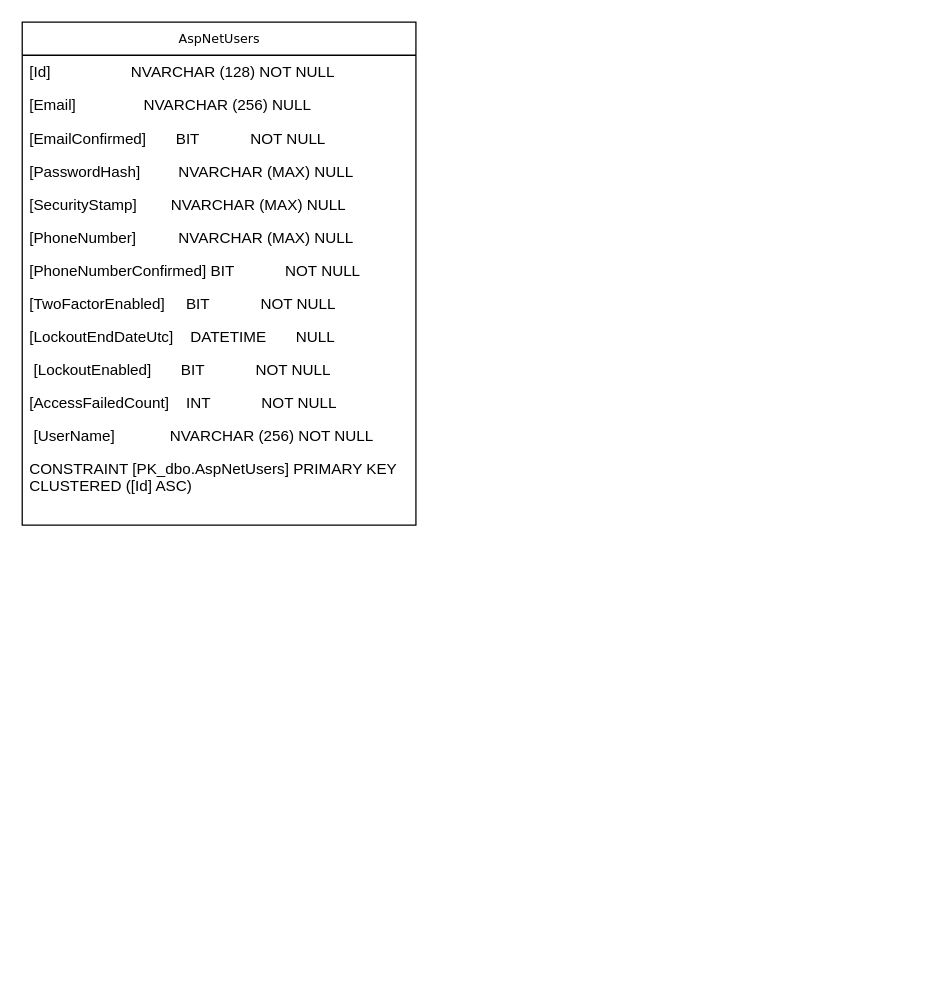
This is Database.drawio from ShinyCy/BotlWyz-Draw, a draw.io file, before an edit. Source tidied: cells renumbered, new cells numbered last; positions are measured from the earlier drawing's top-left corner, leaving out a move shared by most shapes. Both pictures are drawn from the tidied source at 127%, with x=0, y=0 at pixel (22, 22).
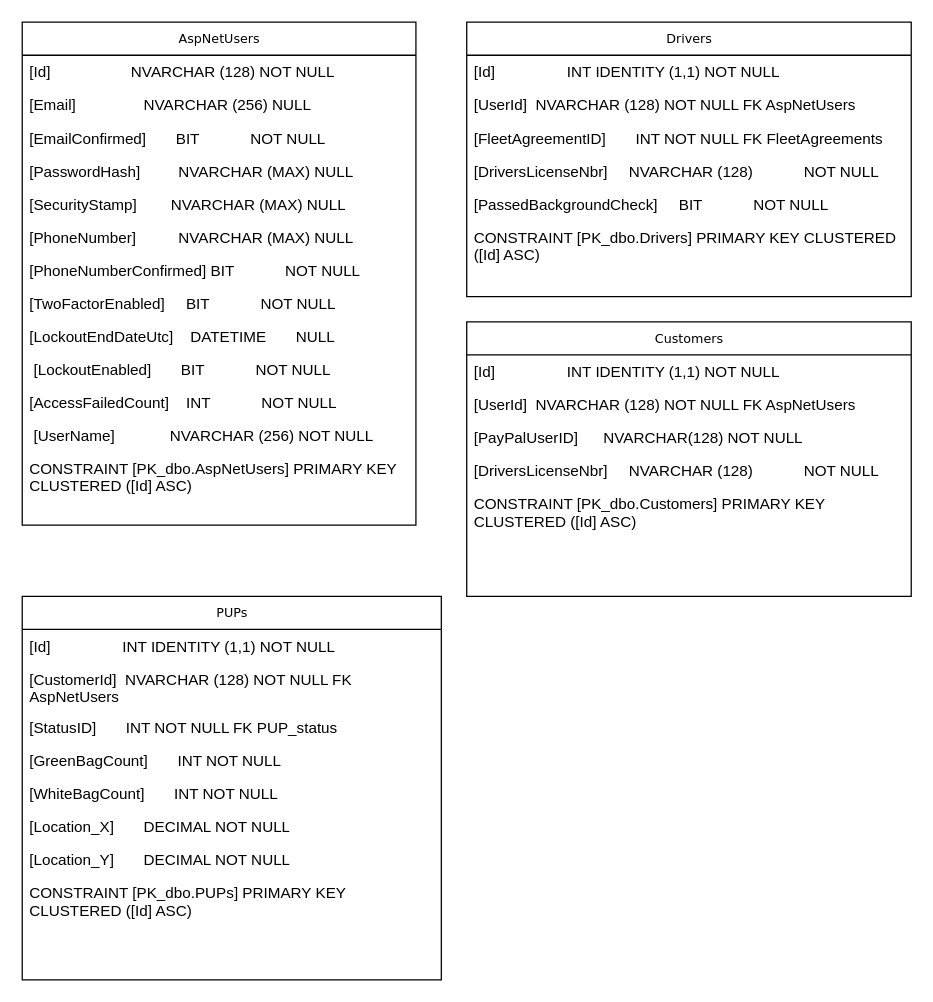
The same page after the edit.

Commit message:
Added Drivers, Customers, PUPs table diagrams

Change to the diagram source:
```diff
@@
+    <mxCell id="16" value="Drivers" style="swimlane;html=1;fontStyle=0;horizontal=1;startSize=26;fillColor=none;swimlaneFillColor=#ffffff;rounded=0;shadow=0;comic=0;labelBackgroundColor=none;strokeColor=#000000;strokeWidth=1;fontFamily=Verdana;fontSize=10;fontColor=#000000;align=center;" parent="1" vertex="1">
+      <mxGeometry x="350" width="350" height="216" as="geometry" />
+    </mxCell>
+    <mxCell id="17" value="[Id]&amp;nbsp; &amp;nbsp; &amp;nbsp; &amp;nbsp; &amp;nbsp; &amp;nbsp; &amp;nbsp; &amp;nbsp; &amp;nbsp;INT IDENTITY (1,1) NOT NULL" style="text;html=1;strokeColor=none;fillColor=none;align=left;verticalAlign=top;spacingLeft=4;spacingRight=4;whiteSpace=wrap;overflow=hidden;" parent="16" vertex="1">
+      <mxGeometry y="26" width="350" height="26" as="geometry" />
+    </mxCell>
+    <mxCell id="18" value="[UserId]&amp;nbsp; NVARCHAR (128) NOT NULL FK AspNetUsers" style="text;html=1;strokeColor=none;fillColor=none;align=left;verticalAlign=top;spacingLeft=4;spacingRight=4;whiteSpace=wrap;overflow=hidden;" parent="16" vertex="1">
+      <mxGeometry y="52" width="350" height="26" as="geometry" />
+    </mxCell>
+    <mxCell id="19" value="[FleetAgreementID]&amp;nbsp; &amp;nbsp; &amp;nbsp; &amp;nbsp;INT NOT NULL FK FleetAgreements" style="text;html=1;strokeColor=none;fillColor=none;align=left;verticalAlign=top;spacingLeft=4;spacingRight=4;whiteSpace=wrap;overflow=hidden;" parent="16" vertex="1">
+      <mxGeometry y="78" width="350" height="26" as="geometry" />
+    </mxCell>
+    <mxCell id="20" value="[DriversLicenseNbr]&amp;nbsp; &amp;nbsp; &amp;nbsp;NVARCHAR (128)&amp;nbsp; &amp;nbsp; &amp;nbsp; &amp;nbsp; &amp;nbsp; &amp;nbsp; NOT NULL" style="text;html=1;strokeColor=none;fillColor=none;align=left;verticalAlign=top;spacingLeft=4;spacingRight=4;whiteSpace=wrap;overflow=hidden;" parent="16" vertex="1">
+      <mxGeometry y="104" width="350" height="26" as="geometry" />
+    </mxCell>
+    <mxCell id="21" value="[PassedBackgroundCheck]&amp;nbsp; &amp;nbsp; &amp;nbsp;BIT&amp;nbsp; &amp;nbsp; &amp;nbsp; &amp;nbsp; &amp;nbsp; &amp;nbsp; NOT NULL" style="text;html=1;strokeColor=none;fillColor=none;align=left;verticalAlign=top;spacingLeft=4;spacingRight=4;whiteSpace=wrap;overflow=hidden;" parent="16" vertex="1">
+      <mxGeometry y="130" width="350" height="26" as="geometry" />
+    </mxCell>
+    <mxCell id="22" value="CONSTRAINT [PK_dbo.Drivers] PRIMARY KEY CLUSTERED ([Id] ASC)" style="text;html=1;strokeColor=none;fillColor=none;align=left;verticalAlign=top;spacingLeft=4;spacingRight=4;whiteSpace=wrap;overflow=hidden;" parent="16" vertex="1">
+      <mxGeometry y="156" width="350" height="42" as="geometry" />
+    </mxCell>
+    <mxCell id="23" value="Customers" style="swimlane;html=1;fontStyle=0;horizontal=1;startSize=26;fillColor=none;swimlaneFillColor=#ffffff;rounded=0;shadow=0;comic=0;labelBackgroundColor=none;strokeColor=#000000;strokeWidth=1;fontFamily=Verdana;fontSize=10;fontColor=#000000;align=center;" parent="1" vertex="1">
+      <mxGeometry x="350" y="236" width="350" height="216" as="geometry" />
+    </mxCell>
+    <mxCell id="24" value="[Id]&amp;nbsp; &amp;nbsp; &amp;nbsp; &amp;nbsp; &amp;nbsp; &amp;nbsp; &amp;nbsp; &amp;nbsp; &amp;nbsp;INT IDENTITY (1,1) NOT NULL" style="text;html=1;strokeColor=none;fillColor=none;align=left;verticalAlign=top;spacingLeft=4;spacingRight=4;whiteSpace=wrap;overflow=hidden;" parent="23" vertex="1">
+      <mxGeometry y="26" width="350" height="26" as="geometry" />
+    </mxCell>
+    <mxCell id="25" value="[UserId]&amp;nbsp; NVARCHAR (128) NOT NULL FK AspNetUsers" style="text;html=1;strokeColor=none;fillColor=none;align=left;verticalAlign=top;spacingLeft=4;spacingRight=4;whiteSpace=wrap;overflow=hidden;" parent="23" vertex="1">
+      <mxGeometry y="52" width="350" height="26" as="geometry" />
+    </mxCell>
+    <mxCell id="26" value="[PayPalUserID]&amp;nbsp; &amp;nbsp; &amp;nbsp; NVARCHAR(128) NOT NULL&amp;nbsp;" style="text;html=1;strokeColor=none;fillColor=none;align=left;verticalAlign=top;spacingLeft=4;spacingRight=4;whiteSpace=wrap;overflow=hidden;" parent="23" vertex="1">
+      <mxGeometry y="78" width="350" height="26" as="geometry" />
+    </mxCell>
+    <mxCell id="27" value="[DriversLicenseNbr]&amp;nbsp; &amp;nbsp; &amp;nbsp;NVARCHAR (128)&amp;nbsp; &amp;nbsp; &amp;nbsp; &amp;nbsp; &amp;nbsp; &amp;nbsp; NOT NULL" style="text;html=1;strokeColor=none;fillColor=none;align=left;verticalAlign=top;spacingLeft=4;spacingRight=4;whiteSpace=wrap;overflow=hidden;" parent="23" vertex="1">
+      <mxGeometry y="104" width="350" height="26" as="geometry" />
+    </mxCell>
+    <mxCell id="28" value="CONSTRAINT [PK_dbo.Customers] PRIMARY KEY CLUSTERED ([Id] ASC)" style="text;html=1;strokeColor=none;fillColor=none;align=left;verticalAlign=top;spacingLeft=4;spacingRight=4;whiteSpace=wrap;overflow=hidden;" parent="23" vertex="1">
+      <mxGeometry y="130" width="350" height="42" as="geometry" />
+    </mxCell>
+    <mxCell id="29" value="PUPs" style="swimlane;html=1;fontStyle=0;horizontal=1;startSize=26;fillColor=none;swimlaneFillColor=#ffffff;rounded=0;shadow=0;comic=0;labelBackgroundColor=none;strokeColor=#000000;strokeWidth=1;fontFamily=Verdana;fontSize=10;fontColor=#000000;align=center;" parent="1" vertex="1">
+      <mxGeometry y="452" width="330" height="302" as="geometry" />
+    </mxCell>
+    <mxCell id="30" value="[Id]&amp;nbsp; &amp;nbsp; &amp;nbsp; &amp;nbsp; &amp;nbsp; &amp;nbsp; &amp;nbsp; &amp;nbsp; &amp;nbsp;INT IDENTITY (1,1) NOT NULL" style="text;html=1;strokeColor=none;fillColor=none;align=left;verticalAlign=top;spacingLeft=4;spacingRight=4;whiteSpace=wrap;overflow=hidden;" parent="29" vertex="1">
+      <mxGeometry y="26" width="330" height="26" as="geometry" />
+    </mxCell>
+    <mxCell id="31" value="[CustomerId]&amp;nbsp; NVARCHAR (128) NOT NULL FK AspNetUsers" style="text;html=1;strokeColor=none;fillColor=none;align=left;verticalAlign=top;spacingLeft=4;spacingRight=4;whiteSpace=wrap;overflow=hidden;" parent="29" vertex="1">
+      <mxGeometry y="52" width="330" height="38" as="geometry" />
+    </mxCell>
+    <mxCell id="32" value="[StatusID]&amp;nbsp; &amp;nbsp; &amp;nbsp; &amp;nbsp;INT NOT NULL FK PUP_status" style="text;html=1;strokeColor=none;fillColor=none;align=left;verticalAlign=top;spacingLeft=4;spacingRight=4;whiteSpace=wrap;overflow=hidden;" parent="29" vertex="1">
+      <mxGeometry y="90" width="330" height="26" as="geometry" />
+    </mxCell>
+    <mxCell id="33" value="[GreenBagCount]&amp;nbsp; &amp;nbsp; &amp;nbsp; &amp;nbsp;INT NOT NULL&amp;nbsp;" style="text;html=1;strokeColor=none;fillColor=none;align=left;verticalAlign=top;spacingLeft=4;spacingRight=4;whiteSpace=wrap;overflow=hidden;" parent="29" vertex="1">
+      <mxGeometry y="116" width="330" height="26" as="geometry" />
+    </mxCell>
+    <mxCell id="34" value="[WhiteBagCount]&amp;nbsp; &amp;nbsp; &amp;nbsp; &amp;nbsp;INT NOT NULL&amp;nbsp;" style="text;html=1;strokeColor=none;fillColor=none;align=left;verticalAlign=top;spacingLeft=4;spacingRight=4;whiteSpace=wrap;overflow=hidden;" parent="29" vertex="1">
+      <mxGeometry y="142" width="330" height="26" as="geometry" />
+    </mxCell>
+    <mxCell id="35" value="[Location_X]&amp;nbsp; &amp;nbsp; &amp;nbsp; &amp;nbsp;DECIMAL NOT NULL" style="text;html=1;strokeColor=none;fillColor=none;align=left;verticalAlign=top;spacingLeft=4;spacingRight=4;whiteSpace=wrap;overflow=hidden;" parent="29" vertex="1">
+      <mxGeometry y="168" width="330" height="26" as="geometry" />
+    </mxCell>
+    <mxCell id="36" value="[Location_Y]&amp;nbsp; &amp;nbsp; &amp;nbsp; &amp;nbsp;DECIMAL NOT NULL" style="text;html=1;strokeColor=none;fillColor=none;align=left;verticalAlign=top;spacingLeft=4;spacingRight=4;whiteSpace=wrap;overflow=hidden;" parent="29" vertex="1">
+      <mxGeometry y="194" width="330" height="26" as="geometry" />
+    </mxCell>
+    <mxCell id="37" value="CONSTRAINT [PK_dbo.PUPs] PRIMARY KEY CLUSTERED ([Id] ASC)" style="text;html=1;strokeColor=none;fillColor=none;align=left;verticalAlign=top;spacingLeft=4;spacingRight=4;whiteSpace=wrap;overflow=hidden;" parent="29" vertex="1">
+      <mxGeometry y="220" width="330" height="42" as="geometry" />
+    </mxCell>
```
